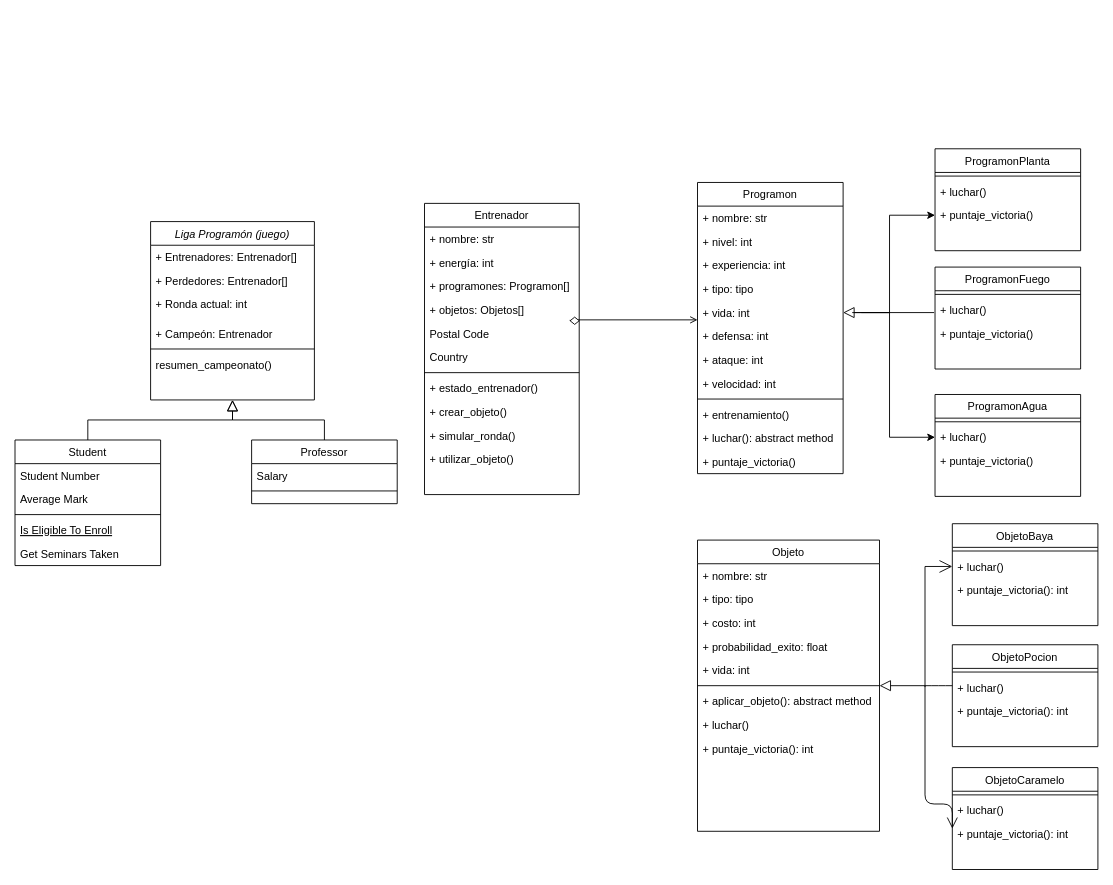
The draw.io diagram Diagrama sin título.drawio in Bjnazar/Bjnazar, before the edit. Source tidied: cells renumbered, new cells numbered last; positions are measured from the earlier drawing's top-left corner, leaving out a move shared by most shapes. Both pictures are drawn from the tidied source at 91%, with x=0, y=0 at pixel (15, 148).
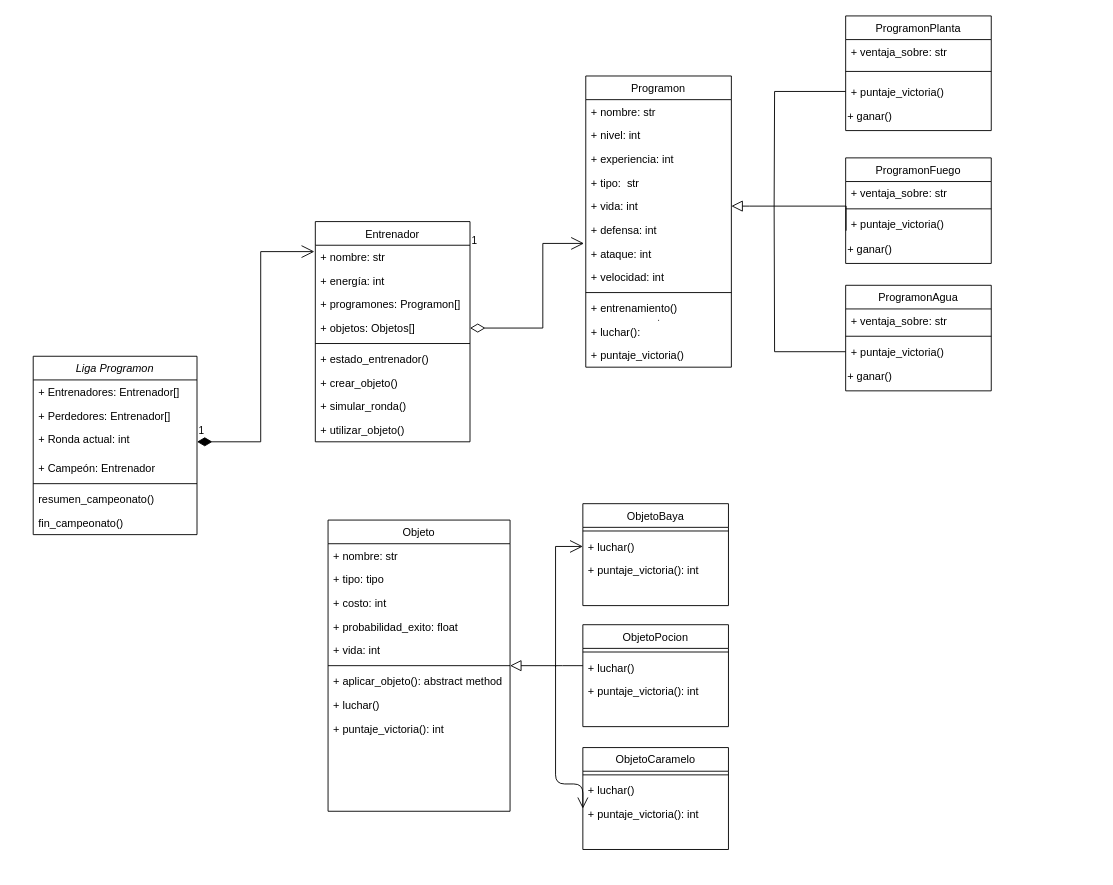
The same page after the edit.

Unchanged cells that the change refers to:
```xml
<mxCell id="22" value="+ nombre: str" style="text;align=left;verticalAlign=top;spacingLeft=4;spacingRight=4;overflow=hidden;points=[[0,0.5],[1,0.5]];portConstraint=eastwest;" parent="21" vertex="1">
  <mxGeometry y="26" width="170" height="26" as="geometry" />
</mxCell>
<mxCell id="25" value="+ objetos: Objetos[]" style="text;align=left;verticalAlign=top;spacingLeft=4;spacingRight=4;overflow=hidden;points=[[0,0.5],[1,0.5]];portConstraint=eastwest;rounded=0;shadow=0;html=0;" parent="21" vertex="1">
  <mxGeometry y="104" width="170" height="26" as="geometry" />
</mxCell>
<mxCell id="38" value="+ vida: int" style="text;align=left;verticalAlign=top;spacingLeft=4;spacingRight=4;overflow=hidden;points=[[0,0.5],[1,0.5]];portConstraint=eastwest;rounded=0;shadow=0;html=0;" parent="33" vertex="1">
  <mxGeometry y="130" width="160" height="26" as="geometry" />
</mxCell>
<mxCell id="40" value="+ ataque: int" style="text;align=left;verticalAlign=top;spacingLeft=4;spacingRight=4;overflow=hidden;points=[[0,0.5],[1,0.5]];portConstraint=eastwest;rounded=0;shadow=0;html=0;" parent="33" vertex="1">
  <mxGeometry y="182" width="160" height="26" as="geometry" />
</mxCell>
<mxCell id="55" value="+ puntaje_victoria()" style="text;align=left;verticalAlign=top;spacingLeft=4;spacingRight=4;overflow=hidden;points=[[0,0.5],[1,0.5]];portConstraint=eastwest;" parent="52" vertex="1">
  <mxGeometry y="60" width="160" height="26" as="geometry" />
</mxCell>
<mxCell id="59" value="+ puntaje_victoria()" style="text;align=left;verticalAlign=top;spacingLeft=4;spacingRight=4;overflow=hidden;points=[[0,0.5],[1,0.5]];portConstraint=eastwest;" parent="56" vertex="1">
  <mxGeometry y="60" width="160" height="26" as="geometry" />
</mxCell>
<mxCell id="80" value="+ luchar()" style="text;align=left;verticalAlign=top;spacingLeft=4;spacingRight=4;overflow=hidden;points=[[0,0.5],[1,0.5]];portConstraint=eastwest;" parent="77" vertex="1">
  <mxGeometry y="34" width="160" height="26" as="geometry" />
</mxCell>
<mxCell id="85" value="+ puntaje_victoria(): int" style="text;align=left;verticalAlign=top;spacingLeft=4;spacingRight=4;overflow=hidden;points=[[0,0.5],[1,0.5]];portConstraint=eastwest;" parent="82" vertex="1">
  <mxGeometry y="60" width="160" height="26" as="geometry" />
</mxCell>
```

The edit, as a diff of the source:
```diff
@@
-    <mxCell id="2" value="Liga Programón (juego)" style="swimlane;fontStyle=2;align=center;verticalAlign=top;horizontal=1;startSize=26;rounded=0;shadow=0;strokeWidth=1;" parent="1" vertex="1">
-      <mxGeometry x="149" y="80" width="180" height="196" as="geometry" />
+    <mxCell id="2" value="Liga Programon" style="swimlane;fontStyle=2;align=center;verticalAlign=top;horizontal=1;startSize=26;rounded=0;shadow=0;strokeWidth=1;" parent="1" vertex="1">
+      <mxGeometry x="20" y="228" width="180" height="196" as="geometry" />
     </mxCell>
@@
     <mxCell id="8" value="resumen_campeonato()" style="text;align=left;verticalAlign=top;spacingLeft=4;spacingRight=4;overflow=hidden;" parent="2" vertex="1">
-      <mxGeometry y="144" width="180" height="42" as="geometry" />
+      <mxGeometry y="144" width="180" height="26" as="geometry" />
     </mxCell>
-    <mxCell id="9" value="Student" style="swimlane;fontStyle=0;align=center;verticalAlign=top;horizontal=1;startSize=26;rounded=0;shadow=0;strokeWidth=1;" parent="1" vertex="1">
-      <mxGeometry y="320" width="160" height="138" as="geometry" />
-    </mxCell>
-    <mxCell id="10" value="Student Number" style="text;align=left;verticalAlign=top;spacingLeft=4;spacingRight=4;overflow=hidden;" parent="9" vertex="1">
-      <mxGeometry y="26" width="160" height="26" as="geometry" />
-    </mxCell>
-    <mxCell id="11" value="Average Mark" style="text;align=left;verticalAlign=top;spacingLeft=4;spacingRight=4;overflow=hidden;rounded=0;shadow=0;html=0;" parent="9" vertex="1">
-      <mxGeometry y="52" width="160" height="26" as="geometry" />
-    </mxCell>
-    <mxCell id="12" style="line;html=1;strokeWidth=1;align=left;verticalAlign=middle;spacingTop=-1;spacingLeft=3;spacingRight=3;labelPosition=right;" parent="9" vertex="1">
-      <mxGeometry y="78" width="160" height="8" as="geometry" />
-    </mxCell>
-    <mxCell id="13" value="Is Eligible To Enroll" style="text;align=left;verticalAlign=top;spacingLeft=4;spacingRight=4;overflow=hidden;fontStyle=4;" parent="9" vertex="1">
-      <mxGeometry y="86" width="160" height="26" as="geometry" />
-    </mxCell>
-    <mxCell id="14" value="Get Seminars Taken" style="text;align=left;verticalAlign=top;spacingLeft=4;spacingRight=4;overflow=hidden;" parent="9" vertex="1">
-      <mxGeometry y="112" width="160" height="26" as="geometry" />
-    </mxCell>
-    <mxCell id="15" style="endArrow=block;endSize=10;endFill=0;shadow=0;strokeWidth=1;rounded=0;edgeStyle=elbowEdgeStyle;elbow=vertical;" parent="1" edge="1" source="9" target="2">
-      <mxGeometry relative="1" as="geometry" />
-    </mxCell>
-    <mxCell id="16" value="Professor" style="swimlane;fontStyle=0;align=center;verticalAlign=top;horizontal=1;startSize=26;rounded=0;shadow=0;strokeWidth=1;" parent="1" vertex="1">
-      <mxGeometry x="260" y="320" width="160" height="70" as="geometry" />
-    </mxCell>
-    <mxCell id="17" value="Salary" style="text;align=left;verticalAlign=top;spacingLeft=4;spacingRight=4;overflow=hidden;" parent="16" vertex="1">
-      <mxGeometry y="26" width="160" height="26" as="geometry" />
-    </mxCell>
-    <mxCell id="18" style="line;html=1;strokeWidth=1;align=left;verticalAlign=middle;spacingTop=-1;spacingLeft=3;spacingRight=3;labelPosition=right;" parent="16" vertex="1">
-      <mxGeometry y="52" width="160" height="8" as="geometry" />
-    </mxCell>
-    <mxCell id="19" style="endArrow=block;endSize=10;endFill=0;shadow=0;strokeWidth=1;rounded=0;edgeStyle=elbowEdgeStyle;elbow=vertical;" parent="1" edge="1" source="16" target="2">
-      <mxGeometry relative="1" as="geometry" />
-    </mxCell>
-    <mxCell id="20" style="endArrow=open;shadow=0;strokeWidth=1;rounded=0;endFill=1;edgeStyle=elbowEdgeStyle;elbow=vertical;startArrow=none;" parent="1" edge="1" source="46">
-      <mxGeometry x="0.5" y="41" relative="1" as="geometry">
-        <mxPoint x="750" y="188" as="targetPoint" />
-        <Array as="points">
-          <mxPoint x="750" y="188" />
-        </Array>
-        <mxPoint x="-40" y="32" as="offset" />
-      </mxGeometry>
-    </mxCell>
+    <mxCell id="89" value="fin_campeonato()" style="text;align=left;verticalAlign=top;spacingLeft=4;spacingRight=4;overflow=hidden;" parent="2" vertex="1">
+      <mxGeometry y="170" width="180" height="26" as="geometry" />
+    </mxCell>
     <mxCell id="21" value="Entrenador" style="swimlane;fontStyle=0;align=center;verticalAlign=top;horizontal=1;startSize=26;rounded=0;shadow=0;strokeWidth=1;" parent="1" vertex="1">
-      <mxGeometry x="450" y="60" width="170" height="320" as="geometry" />
+      <mxGeometry x="330" y="80" width="170" height="242" as="geometry" />
     </mxCell>
@@
-    <mxCell id="26" value="Postal Code" style="text;align=left;verticalAlign=top;spacingLeft=4;spacingRight=4;overflow=hidden;rounded=0;shadow=0;html=0;" parent="21" vertex="1">
-      <mxGeometry y="130" width="170" height="26" as="geometry" />
-    </mxCell>
-    <mxCell id="27" value="Country" style="text;align=left;verticalAlign=top;spacingLeft=4;spacingRight=4;overflow=hidden;rounded=0;shadow=0;html=0;" parent="21" vertex="1">
-      <mxGeometry y="156" width="170" height="26" as="geometry" />
-    </mxCell>
     <mxCell id="28" style="line;html=1;strokeWidth=1;align=left;verticalAlign=middle;spacingTop=-1;spacingLeft=3;spacingRight=3;labelPosition=right;" parent="21" vertex="1">
-      <mxGeometry y="182" width="170" height="8" as="geometry" />
+      <mxGeometry y="130" width="170" height="8" as="geometry" />
     </mxCell>
     <mxCell id="29" value="+ estado_entrenador()" style="text;align=left;verticalAlign=top;spacingLeft=4;spacingRight=4;overflow=hidden;" parent="21" vertex="1">
-      <mxGeometry y="190" width="170" height="26" as="geometry" />
+      <mxGeometry y="138" width="170" height="26" as="geometry" />
     </mxCell>
     <mxCell id="30" value="+ crear_objeto()" style="text;align=left;verticalAlign=top;spacingLeft=4;spacingRight=4;overflow=hidden;" parent="21" vertex="1">
-      <mxGeometry y="216" width="170" height="26" as="geometry" />
+      <mxGeometry y="164" width="170" height="26" as="geometry" />
     </mxCell>
     <mxCell id="31" value="+ simular_ronda()" style="text;align=left;verticalAlign=top;spacingLeft=4;spacingRight=4;overflow=hidden;" parent="21" vertex="1">
-      <mxGeometry y="242" width="170" height="26" as="geometry" />
+      <mxGeometry y="190" width="170" height="26" as="geometry" />
     </mxCell>
     <mxCell id="32" value="+ utilizar_objeto()" style="text;align=left;verticalAlign=top;spacingLeft=4;spacingRight=4;overflow=hidden;" parent="21" vertex="1">
-      <mxGeometry y="268" width="170" height="26" as="geometry" />
+      <mxGeometry y="216" width="170" height="26" as="geometry" />
     </mxCell>
     <mxCell id="33" value="Programon" style="swimlane;fontStyle=0;align=center;verticalAlign=top;horizontal=1;startSize=26;rounded=0;shadow=0;strokeWidth=1;" parent="1" vertex="1">
-      <mxGeometry x="750" y="37" width="160" height="320" as="geometry" />
+      <mxGeometry x="627.2" y="-80" width="160" height="320" as="geometry" />
     </mxCell>
@@
-    <mxCell id="37" value="+ tipo: tipo" style="text;align=left;verticalAlign=top;spacingLeft=4;spacingRight=4;overflow=hidden;rounded=0;shadow=0;html=0;" parent="33" vertex="1">
+    <mxCell id="37" value="+ tipo:  str" style="text;align=left;verticalAlign=top;spacingLeft=4;spacingRight=4;overflow=hidden;rounded=0;shadow=0;html=0;" parent="33" vertex="1">
       <mxGeometry y="104" width="160" height="26" as="geometry" />
     </mxCell>
@@
-    <mxCell id="44" value="+ luchar(): abstract method" style="text;align=left;verticalAlign=top;spacingLeft=4;spacingRight=4;overflow=hidden;" parent="33" vertex="1">
+    <mxCell id="44" value="+ luchar(): " style="text;align=left;verticalAlign=top;spacingLeft=4;spacingRight=4;overflow=hidden;" parent="33" vertex="1">
       <mxGeometry y="268" width="160" height="26" as="geometry" />
     </mxCell>
@@
-    <mxCell id="46" style="rhombus;whiteSpace=wrap;html=1;" parent="1" vertex="1">
-      <mxGeometry x="610" y="185" width="10" height="8" as="geometry" />
-    </mxCell>
-    <mxCell id="47" style="endArrow=none;shadow=0;strokeWidth=1;rounded=0;endFill=1;edgeStyle=elbowEdgeStyle;elbow=vertical;startArrow=none;" parent="1" edge="1" target="46">
+    <mxCell id="47" style="endArrow=none;shadow=0;strokeWidth=1;rounded=0;endFill=1;edgeStyle=elbowEdgeStyle;elbow=vertical;startArrow=none;" parent="1" edge="1">
       <mxGeometry x="0.5" y="41" relative="1" as="geometry">
-        <mxPoint x="610" y="188" as="sourcePoint" />
+        <mxPoint x="707.2" y="188" as="sourcePoint" />
+        <mxPoint x="707.2" y="189" as="targetPoint" />
         <mxPoint x="-40" y="32" as="offset" />
       </mxGeometry>
     </mxCell>
     <mxCell id="48" value="ProgramonPlanta" style="swimlane;fontStyle=0;align=center;verticalAlign=top;horizontal=1;startSize=26;rounded=0;shadow=0;strokeWidth=1;" parent="1" vertex="1">
-      <mxGeometry x="1011" width="160" height="112" as="geometry" />
+      <mxGeometry x="912.8" y="-146" width="160" height="126" as="geometry" />
     </mxCell>
+    <mxCell id="90" value="+ ventaja_sobre: str" style="text;align=left;verticalAlign=top;spacingLeft=4;spacingRight=4;overflow=hidden;" parent="48" vertex="1">
+      <mxGeometry y="26" width="160" height="26" as="geometry" />
+    </mxCell>
     <mxCell id="49" style="line;html=1;strokeWidth=1;align=left;verticalAlign=middle;spacingTop=-1;spacingLeft=3;spacingRight=3;labelPosition=right;" parent="48" vertex="1">
-      <mxGeometry y="26" width="160" height="8" as="geometry" />
+      <mxGeometry y="52" width="160" height="18" as="geometry" />
     </mxCell>
-    <mxCell id="50" value="+ luchar()" style="text;align=left;verticalAlign=top;spacingLeft=4;spacingRight=4;overflow=hidden;" parent="48" vertex="1">
-      <mxGeometry y="34" width="160" height="26" as="geometry" />
-    </mxCell>
     <mxCell id="51" value="+ puntaje_victoria()" style="text;align=left;verticalAlign=top;spacingLeft=4;spacingRight=4;overflow=hidden;points=[[0,0.5],[1,0.5]];portConstraint=eastwest;" parent="48" vertex="1">
-      <mxGeometry y="60" width="160" height="26" as="geometry" />
+      <mxGeometry y="70" width="160" height="26" as="geometry" />
     </mxCell>
+    <mxCell id="91" value="+ ganar()" style="text;html=1;align=left;verticalAlign=middle;strokeColor=none;fillColor=none;hachureGap=4;" parent="48" vertex="1">
+      <mxGeometry y="96" width="160" height="30" as="geometry" />
+    </mxCell>
     <mxCell id="52" value="ProgramonFuego" style="swimlane;fontStyle=0;align=center;verticalAlign=top;horizontal=1;startSize=26;rounded=0;shadow=0;strokeWidth=1;" parent="1" vertex="1">
-      <mxGeometry x="1011" y="130" width="160" height="112" as="geometry" />
+      <mxGeometry x="912.8" y="10" width="160" height="116" as="geometry" />
     </mxCell>
+    <mxCell id="92" value="+ ventaja_sobre: str" style="text;align=left;verticalAlign=top;spacingLeft=4;spacingRight=4;overflow=hidden;" parent="52" vertex="1">
+      <mxGeometry y="26" width="160" height="26" as="geometry" />
+    </mxCell>
     <mxCell id="53" style="line;html=1;strokeWidth=1;align=left;verticalAlign=middle;spacingTop=-1;spacingLeft=3;spacingRight=3;labelPosition=right;" parent="52" vertex="1">
-      <mxGeometry y="26" width="160" height="8" as="geometry" />
+      <mxGeometry y="52" width="160" height="8" as="geometry" />
     </mxCell>
-    <mxCell id="54" value="+ luchar()" style="text;align=left;verticalAlign=top;spacingLeft=4;spacingRight=4;overflow=hidden;" parent="52" vertex="1">
-      <mxGeometry y="34" width="160" height="26" as="geometry" />
-    </mxCell>
@@
+    <mxCell id="93" value="+ ganar()" style="text;html=1;align=left;verticalAlign=middle;strokeColor=none;fillColor=none;hachureGap=4;" parent="52" vertex="1">
+      <mxGeometry y="86" width="160" height="30" as="geometry" />
+    </mxCell>
     <mxCell id="56" value="ProgramonAgua" style="swimlane;fontStyle=0;align=center;verticalAlign=top;horizontal=1;startSize=26;rounded=0;shadow=0;strokeWidth=1;" parent="1" vertex="1">
-      <mxGeometry x="1011" y="270" width="160" height="112" as="geometry" />
+      <mxGeometry x="912.8" y="150" width="160" height="116" as="geometry" />
     </mxCell>
+    <mxCell id="94" value="+ ventaja_sobre: str" style="text;align=left;verticalAlign=top;spacingLeft=4;spacingRight=4;overflow=hidden;" parent="56" vertex="1">
+      <mxGeometry y="26" width="160" height="26" as="geometry" />
+    </mxCell>
     <mxCell id="57" style="line;html=1;strokeWidth=1;align=left;verticalAlign=middle;spacingTop=-1;spacingLeft=3;spacingRight=3;labelPosition=right;" parent="56" vertex="1">
-      <mxGeometry y="26" width="160" height="8" as="geometry" />
+      <mxGeometry y="52" width="160" height="8" as="geometry" />
     </mxCell>
-    <mxCell id="58" value="+ luchar()" style="text;align=left;verticalAlign=top;spacingLeft=4;spacingRight=4;overflow=hidden;points=[[0,0.5],[1,0.5]];portConstraint=eastwest;" parent="56" vertex="1">
-      <mxGeometry y="34" width="160" height="26" as="geometry" />
-    </mxCell>
@@
+    <mxCell id="95" value="+ ganar()" style="text;html=1;align=left;verticalAlign=middle;strokeColor=none;fillColor=none;hachureGap=4;" parent="56" vertex="1">
+      <mxGeometry y="86" width="160" height="30" as="geometry" />
+    </mxCell>
-    <mxCell id="60" style="endArrow=block;endSize=10;endFill=0;shadow=0;strokeWidth=1;rounded=0;edgeStyle=elbowEdgeStyle;elbow=vertical;entryX=1;entryY=0.5;entryDx=0;entryDy=0;" parent="1" edge="1" target="38">
+    <mxCell id="60" style="endArrow=block;endSize=10;endFill=0;shadow=0;strokeWidth=1;rounded=0;edgeStyle=elbowEdgeStyle;elbow=vertical;entryX=1;entryY=0.5;entryDx=0;entryDy=0;exitDx=0;exitDy=0;exitPerimeter=0;startArrow=none;" parent="1" edge="1" target="38">
       <mxGeometry relative="1" as="geometry">
-        <mxPoint x="1010" y="180" as="sourcePoint" />
+        <mxPoint x="834.2" y="63" as="sourcePoint" />
         <Array as="points">
-          <mxPoint x="960" y="180" />
+          <mxPoint x="807.2" y="63" />
+          <mxPoint x="857.2" y="70" />
+          <mxPoint x="1057.2" y="180" />
         </Array>
       </mxGeometry>
     </mxCell>
-    <mxCell id="61" style="edgeStyle=orthogonalEdgeStyle;rounded=0;jettySize=auto;html=1;entryX=0;entryY=0.5;entryDx=0;entryDy=0;" parent="1" edge="1" target="51">
-      <mxGeometry relative="1" as="geometry">
-        <mxPoint x="920" y="180" as="sourcePoint" />
-        <Array as="points">
-          <mxPoint x="961" y="180" />
-          <mxPoint x="961" y="73" />
-        </Array>
-      </mxGeometry>
-    </mxCell>
-    <mxCell id="62" style="edgeStyle=orthogonalEdgeStyle;rounded=0;jettySize=auto;html=1;entryX=0;entryY=0.5;entryDx=0;entryDy=0;" parent="1" edge="1" target="58">
-      <mxGeometry relative="1" as="geometry">
-        <mxPoint x="930" y="180" as="sourcePoint" />
-        <Array as="points">
-          <mxPoint x="930" y="180" />
-          <mxPoint x="961" y="180" />
-          <mxPoint x="961" y="317" />
-        </Array>
-      </mxGeometry>
-    </mxCell>
     <mxCell id="63" value="Objeto" style="swimlane;fontStyle=0;align=center;verticalAlign=top;horizontal=1;startSize=26;rounded=0;shadow=0;strokeWidth=1;" parent="1" vertex="1">
-      <mxGeometry x="750" y="430" width="200" height="320" as="geometry" />
+      <mxGeometry x="344" y="408" width="200" height="320" as="geometry" />
     </mxCell>
@@
     <mxCell id="73" value="ObjetoBaya" style="swimlane;fontStyle=0;align=center;verticalAlign=top;horizontal=1;startSize=26;rounded=0;shadow=0;strokeWidth=1;" parent="1" vertex="1">
-      <mxGeometry x="1030" y="412" width="160" height="112" as="geometry" />
+      <mxGeometry x="624" y="390" width="160" height="112" as="geometry" />
     </mxCell>
@@
     <mxCell id="77" value="ObjetoPocion" style="swimlane;fontStyle=0;align=center;verticalAlign=top;horizontal=1;startSize=26;rounded=0;shadow=0;strokeWidth=1;" parent="1" vertex="1">
-      <mxGeometry x="1030" y="545" width="160" height="112" as="geometry" />
+      <mxGeometry x="624" y="523" width="160" height="112" as="geometry" />
     </mxCell>
@@
     <mxCell id="82" value="ObjetoCaramelo&#10;" style="swimlane;fontStyle=0;align=center;verticalAlign=top;horizontal=1;startSize=26;rounded=0;shadow=0;strokeWidth=1;" parent="1" vertex="1">
-      <mxGeometry x="1030" y="680" width="160" height="112" as="geometry" />
+      <mxGeometry x="624" y="658" width="160" height="112" as="geometry" />
     </mxCell>
@@
     <mxCell id="86" style="endArrow=block;endSize=10;endFill=0;shadow=0;strokeWidth=1;rounded=0;edgeStyle=elbowEdgeStyle;elbow=vertical;exitDx=0;exitDy=0;startArrow=none;" parent="1" edge="1">
       <mxGeometry relative="1" as="geometry">
-        <mxPoint x="1000" y="590" as="sourcePoint" />
-        <mxPoint x="950" y="589.5" as="targetPoint" />
+        <mxPoint x="594" y="568" as="sourcePoint" />
+        <mxPoint x="544" y="567.5" as="targetPoint" />
         <Array as="points">
-          <mxPoint x="970" y="590" />
-          <mxPoint x="1030" y="639.5" />
-          <mxPoint x="1000" y="592.5" />
+          <mxPoint x="564" y="568" />
+          <mxPoint x="624" y="617.5" />
+          <mxPoint x="594" y="570.5" />
         </Array>
       </mxGeometry>
     </mxCell>
     <mxCell id="87" style="endArrow=open;endFill=0;endSize=10;html=1;shadow=0;fontFamily=Helvetica;fontSize=11;fontColor=default;align=center;strokeColor=default;strokeWidth=1;edgeStyle=elbowEdgeStyle;elbow=vertical;entryX=0;entryY=0.269;entryDx=0;entryDy=0;entryPerimeter=0;startArrow=none;" parent="1" edge="1" target="85">
       <mxGeometry relative="1" as="geometry">
-        <mxPoint x="1000" y="590" as="sourcePoint" />
+        <mxPoint x="594" y="568" as="sourcePoint" />
         <Array as="points">
-          <mxPoint x="1000" y="720" />
-          <mxPoint x="990" y="590" />
+          <mxPoint x="594" y="698" />
+          <mxPoint x="584" y="568" />
         </Array>
       </mxGeometry>
     </mxCell>
     <mxCell id="88" style="endArrow=none;endFill=0;endSize=10;html=1;shadow=0;fontFamily=Helvetica;fontSize=11;fontColor=default;align=center;strokeColor=default;strokeWidth=1;edgeStyle=elbowEdgeStyle;elbow=vertical;" parent="1" edge="1" source="80">
       <mxGeometry relative="1" as="geometry">
-        <mxPoint x="1000" y="590" as="targetPoint" />
+        <mxPoint x="594" y="568" as="targetPoint" />
       </mxGeometry>
     </mxCell>
+    <mxCell id="96" style="endArrow=none;endSize=10;endFill=0;shadow=0;strokeWidth=1;rounded=0;edgeStyle=elbowEdgeStyle;elbow=vertical;entryDx=0;entryDy=0;exitX=0.003;exitY=0.769;exitDx=0;exitDy=0;exitPerimeter=0;" parent="1" edge="1" source="55">
+      <mxGeometry relative="1" as="geometry">
+        <mxPoint x="834.2" y="63" as="targetPoint" />
+        <Array as="points">
+          <mxPoint x="847.2" y="63" />
+        </Array>
+      </mxGeometry>
+    </mxCell>
+    <mxCell id="97" style="endArrow=none;html=1;rounded=0;startSize=14;endSize=14;sourcePerimeterSpacing=8;targetPerimeterSpacing=8;entryX=0;entryY=0.5;entryDx=0;entryDy=0;edgeStyle=orthogonalEdgeStyle;" parent="1" edge="1" target="51">
+      <mxGeometry relative="1" as="geometry">
+        <mxPoint x="834.2" y="63" as="sourcePoint" />
+      </mxGeometry>
+    </mxCell>
+    <mxCell id="98" style="endArrow=none;html=1;rounded=0;startSize=14;endSize=14;sourcePerimeterSpacing=8;targetPerimeterSpacing=8;entryX=0.557;entryY=0.653;entryDx=0;entryDy=0;entryPerimeter=0;exitX=0;exitY=0.5;exitDx=0;exitDy=0;edgeStyle=orthogonalEdgeStyle;" parent="1" edge="1" source="59">
+      <mxGeometry relative="1" as="geometry">
+        <mxPoint x="834.2" y="63" as="targetPoint" />
+      </mxGeometry>
+    </mxCell>
+    <mxCell id="99" value="1" style="endArrow=open;html=1;endSize=12;startArrow=diamondThin;startSize=14;startFill=1;edgeStyle=orthogonalEdgeStyle;align=left;verticalAlign=bottom;rounded=0;sourcePerimeterSpacing=8;targetPerimeterSpacing=8;entryX=-0.006;entryY=0.269;entryDx=0;entryDy=0;entryPerimeter=0;" parent="1" edge="1" target="22">
+      <mxGeometry x="-1" y="3" relative="1" as="geometry">
+        <mxPoint x="200" y="322" as="sourcePoint" />
+        <Array as="points">
+          <mxPoint x="270" y="322" />
+          <mxPoint x="270" y="113" />
+        </Array>
+      </mxGeometry>
+    </mxCell>
+    <mxCell id="100" value="1" style="endArrow=open;html=1;endSize=12;startArrow=diamondThin;startSize=14;startFill=0;edgeStyle=orthogonalEdgeStyle;align=left;verticalAlign=bottom;rounded=0;sourcePerimeterSpacing=8;targetPerimeterSpacing=8;entryX=-0.012;entryY=0.077;entryDx=0;entryDy=0;entryPerimeter=0;exitX=1;exitY=0.5;exitDx=0;exitDy=0;" parent="1" edge="1" source="25" target="40">
+      <mxGeometry x="-1" y="87" relative="1" as="geometry">
+        <Array as="points">
+          <mxPoint x="580" y="197" />
+          <mxPoint x="580" y="104" />
+        </Array>
+      </mxGeometry>
+    </mxCell>
```
